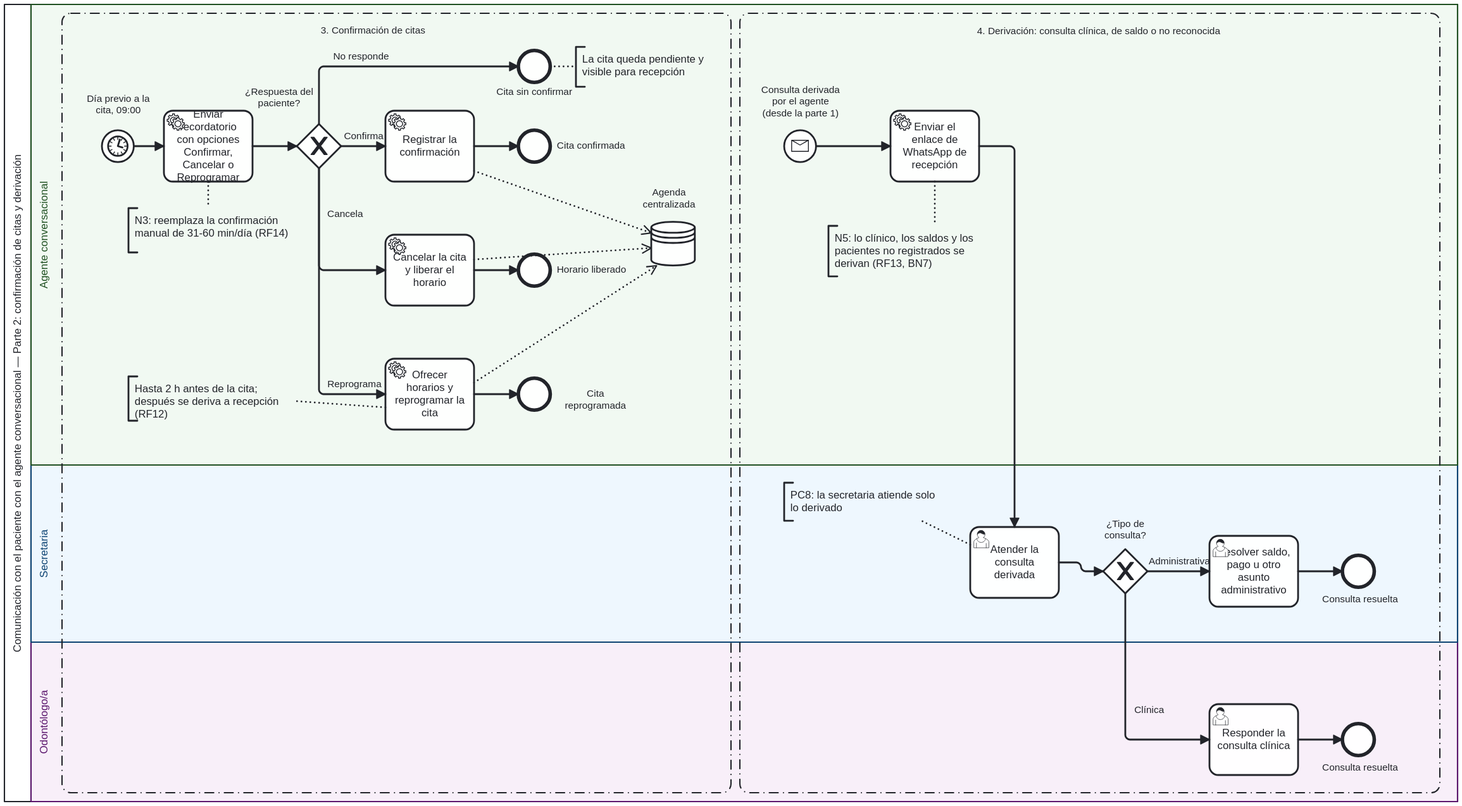
Before: diagramas/bpmn/ToBe_Comunicacion_P2.svg, a diagram exported from BPMN (JaviFiallos/bachelor-latex-thesis). Its source is kept beside it as diagramas/bpmn/ToBe_Comunicacion_P2.bpmn. Ids are renumbered.
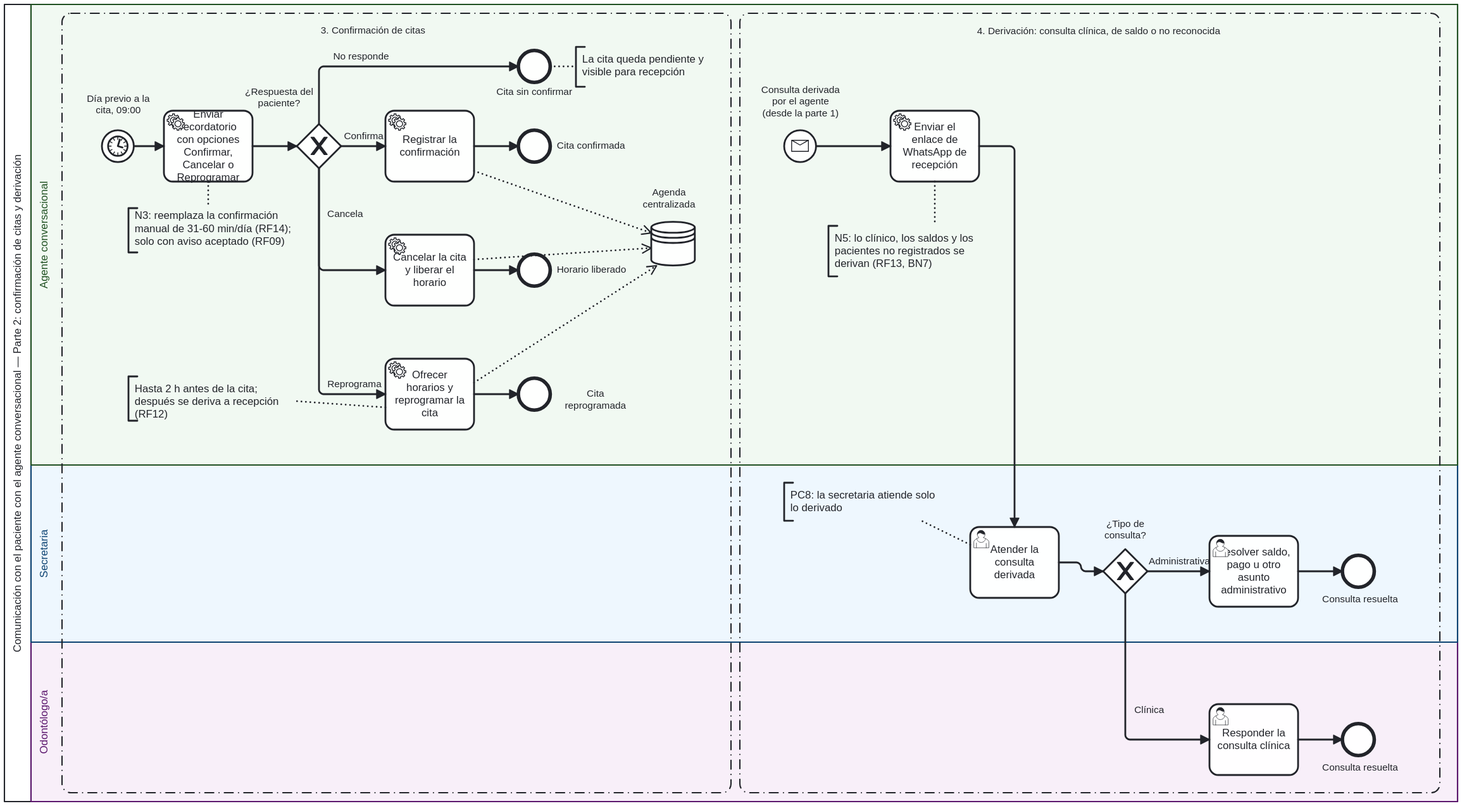
After the change.

The edit, as a diff of the source:
```diff
@@ -90,7 +90,7 @@
     <bpmn:sequenceFlow id="F35" name="Clínica" sourceRef="GW_Tipo" targetRef="Task_RespClin" />
     <bpmn:sequenceFlow id="F36" sourceRef="Task_RespClin" targetRef="End_Res2" />
 
-    <bpmn:textAnnotation id="TA_Record"><bpmn:text>N3: reemplaza la confirmación manual de 31-60 min/día (RF14)</bpmn:text></bpmn:textAnnotation>
+    <bpmn:textAnnotation id="TA_Record"><bpmn:text>N3: reemplaza la confirmación manual de 31-60 min/día (RF14); solo a teléfonos con aviso aceptado (RF09)</bpmn:text></bpmn:textAnnotation>
     <bpmn:association id="A_Record" sourceRef="Task_Record" targetRef="TA_Record" />
     <bpmn:textAnnotation id="TA_Reprog"><bpmn:text>Hasta 2 h antes de la cita; después se deriva a recepción (RF12)</bpmn:text></bpmn:textAnnotation>
     <bpmn:association id="A_Reprog" sourceRef="Task_Reprog" targetRef="TA_Reprog" />
```
